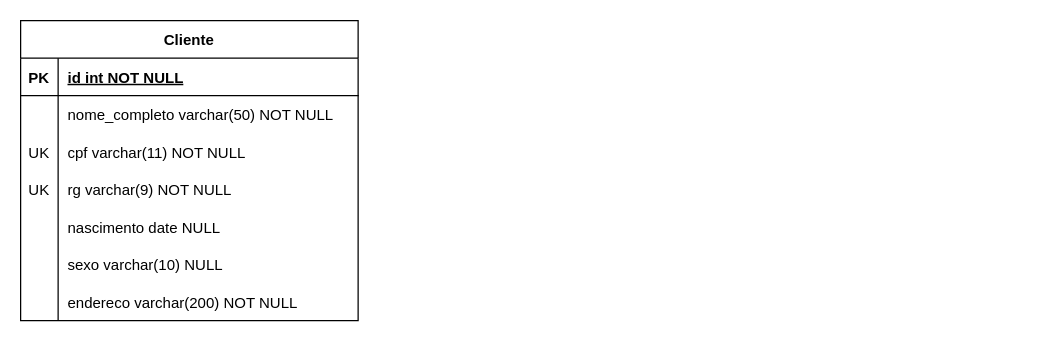
Before: page "V2" (2 of 2) of diagramas/der.drawio in Banco-De-Dados-2021/postgresql, a draw.io diagram. Source tidied: cells renumbered, new cells numbered last; positions are measured from the earlier drawing's top-left corner, leaving out a move shared by most shapes. Both pictures are drawn from the tidied source at 125%, with x=0, y=0 at pixel (20, 20).
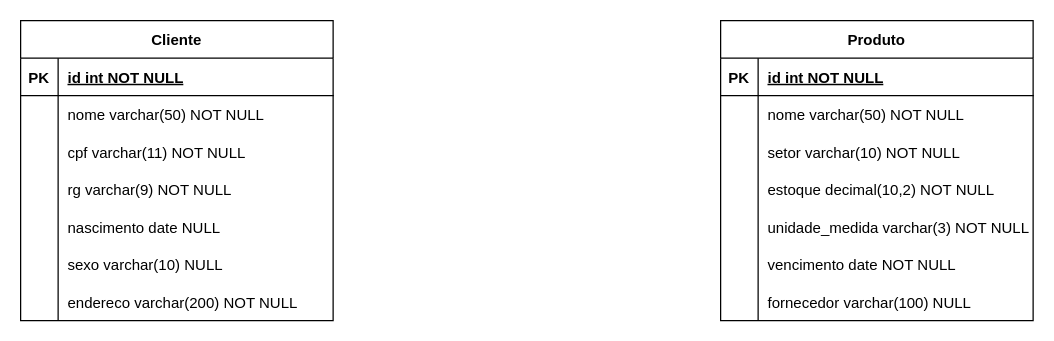
Above is the later version.

What changed in the source:
```diff
@@
-    <mxCell id="0" />
-    <mxCell id="1" parent="0" />
+    <mxCell id="24" />
+    <mxCell id="25" parent="24" />
-    <mxCell id="2" value="Cliente" style="shape=table;startSize=30;childLayout=tableLayout;rowLines=0;fontStyle=1;align=center;fontSize=12;" parent="1" vertex="1">
-      <mxGeometry width="270" height="240" as="geometry" />
+    <mxCell id="2" value="Cliente" style="shape=table;startSize=30;childLayout=tableLayout;rowLines=0;fontStyle=1;align=center;fontSize=12;" parent="25" vertex="1">
+      <mxGeometry width="250" height="240" as="geometry" />
     </mxCell>
-    <mxCell id="3" style="shape=partialRectangle;fillColor=none;top=0;left=0;right=0;bottom=1;fontSize=12;" parent="2" vertex="1">
-      <mxGeometry y="30" width="270" height="30" as="geometry" />
-    </mxCell>
-    <mxCell id="4" value="PK" style="shape=partialRectangle;overflow=hidden;fillColor=none;top=0;left=0;bottom=0;right=0;fontStyle=1;fontSize=12;" parent="3" vertex="1">
-      <mxGeometry width="30" height="30" as="geometry" />
-    </mxCell>
-    <mxCell id="5" value="id int NOT NULL " style="shape=partialRectangle;overflow=hidden;fillColor=none;top=0;left=0;bottom=0;right=0;align=left;spacingLeft=6;fontStyle=5;fontSize=12;" parent="3" vertex="1">
-      <mxGeometry x="30" width="240" height="30" as="geometry" />
-    </mxCell>
-    <mxCell id="6" style="shape=partialRectangle;fillColor=none;top=0;left=0;right=0;bottom=0;fontSize=12;" parent="2" vertex="1">
-      <mxGeometry y="60" width="270" height="30" as="geometry" />
-    </mxCell>
-    <mxCell id="7" style="shape=partialRectangle;overflow=hidden;fillColor=none;top=0;left=0;bottom=0;right=0;fontSize=12;" parent="6" vertex="1">
-      <mxGeometry width="30" height="30" as="geometry" />
-    </mxCell>
-    <mxCell id="8" value="nome_completo varchar(50) NOT NULL" style="shape=partialRectangle;overflow=hidden;fillColor=none;top=0;left=0;bottom=0;right=0;align=left;spacingLeft=6;fontSize=12;" parent="6" vertex="1">
-      <mxGeometry x="30" width="240" height="30" as="geometry" />
-    </mxCell>
-    <mxCell id="9" style="shape=partialRectangle;fillColor=none;top=0;left=0;right=0;bottom=0;fontSize=12;" parent="2" vertex="1">
-      <mxGeometry y="90" width="270" height="30" as="geometry" />
-    </mxCell>
-    <mxCell id="10" value="UK" style="shape=partialRectangle;overflow=hidden;fillColor=none;top=0;left=0;bottom=0;right=0;fontSize=12;" parent="9" vertex="1">
-      <mxGeometry width="30" height="30" as="geometry" />
-    </mxCell>
+    <mxCell id="26" style="shape=partialRectangle;fillColor=none;top=0;left=0;right=0;bottom=1;fontSize=12;" parent="2" vertex="1">
+      <mxGeometry y="30" width="250" height="30" as="geometry" />
+    </mxCell>
+    <mxCell id="27" value="PK" style="shape=partialRectangle;overflow=hidden;fillColor=none;top=0;left=0;bottom=0;right=0;fontStyle=1;fontSize=12;" parent="26" vertex="1">
+      <mxGeometry width="30" height="30" as="geometry" />
+    </mxCell>
+    <mxCell id="28" value="id int NOT NULL " style="shape=partialRectangle;overflow=hidden;fillColor=none;top=0;left=0;bottom=0;right=0;align=left;spacingLeft=6;fontStyle=5;fontSize=12;" parent="26" vertex="1">
+      <mxGeometry x="30" width="220" height="30" as="geometry" />
+    </mxCell>
+    <mxCell id="29" style="shape=partialRectangle;fillColor=none;top=0;left=0;right=0;bottom=0;fontSize=12;" parent="2" vertex="1">
+      <mxGeometry y="60" width="250" height="30" as="geometry" />
+    </mxCell>
+    <mxCell id="30" style="shape=partialRectangle;overflow=hidden;fillColor=none;top=0;left=0;bottom=0;right=0;fontSize=12;" parent="29" vertex="1">
+      <mxGeometry width="30" height="30" as="geometry" />
+    </mxCell>
+    <mxCell id="31" value="nome varchar(50) NOT NULL" style="shape=partialRectangle;overflow=hidden;fillColor=none;top=0;left=0;bottom=0;right=0;align=left;spacingLeft=6;fontSize=12;" parent="29" vertex="1">
+      <mxGeometry x="30" width="220" height="30" as="geometry" />
+    </mxCell>
+    <mxCell id="32" style="shape=partialRectangle;fillColor=none;top=0;left=0;right=0;bottom=0;fontSize=12;" parent="2" vertex="1">
+      <mxGeometry y="90" width="250" height="30" as="geometry" />
+    </mxCell>
+    <mxCell id="33" style="shape=partialRectangle;overflow=hidden;fillColor=none;top=0;left=0;bottom=0;right=0;fontSize=12;" parent="32" vertex="1">
+      <mxGeometry width="30" height="30" as="geometry" />
+    </mxCell>
-    <mxCell id="11" value="cpf varchar(11) NOT NULL" style="shape=partialRectangle;overflow=hidden;fillColor=none;top=0;left=0;bottom=0;right=0;align=left;spacingLeft=6;fontSize=12;" parent="9" vertex="1">
-      <mxGeometry x="30" width="240" height="30" as="geometry" />
+    <mxCell id="11" value="cpf varchar(11) NOT NULL" style="shape=partialRectangle;overflow=hidden;fillColor=none;top=0;left=0;bottom=0;right=0;align=left;spacingLeft=6;fontSize=12;" parent="32" vertex="1">
+      <mxGeometry x="30" width="220" height="30" as="geometry" />
     </mxCell>
-    <mxCell id="12" style="shape=partialRectangle;fillColor=none;top=0;left=0;right=0;bottom=0;fontSize=12;" parent="2" vertex="1">
-      <mxGeometry y="120" width="270" height="30" as="geometry" />
-    </mxCell>
-    <mxCell id="13" value="UK" style="shape=partialRectangle;overflow=hidden;fillColor=none;top=0;left=0;bottom=0;right=0;fontSize=12;" parent="12" vertex="1">
-      <mxGeometry width="30" height="30" as="geometry" />
-    </mxCell>
+    <mxCell id="34" style="shape=partialRectangle;fillColor=none;top=0;left=0;right=0;bottom=0;fontSize=12;" parent="2" vertex="1">
+      <mxGeometry y="120" width="250" height="30" as="geometry" />
+    </mxCell>
+    <mxCell id="35" style="shape=partialRectangle;overflow=hidden;fillColor=none;top=0;left=0;bottom=0;right=0;fontSize=12;" parent="34" vertex="1">
+      <mxGeometry width="30" height="30" as="geometry" />
+    </mxCell>
-    <mxCell id="14" value="rg varchar(9) NOT NULL" style="shape=partialRectangle;overflow=hidden;fillColor=none;top=0;left=0;bottom=0;right=0;align=left;spacingLeft=6;fontSize=12;" parent="12" vertex="1">
-      <mxGeometry x="30" width="240" height="30" as="geometry" />
+    <mxCell id="14" value="rg varchar(9) NOT NULL" style="shape=partialRectangle;overflow=hidden;fillColor=none;top=0;left=0;bottom=0;right=0;align=left;spacingLeft=6;fontSize=12;" parent="34" vertex="1">
+      <mxGeometry x="30" width="220" height="30" as="geometry" />
     </mxCell>
-    <mxCell id="15" style="shape=partialRectangle;fillColor=none;top=0;left=0;right=0;bottom=0;fontSize=12;" parent="2" vertex="1">
-      <mxGeometry y="150" width="270" height="30" as="geometry" />
-    </mxCell>
-    <mxCell id="16" style="shape=partialRectangle;overflow=hidden;fillColor=none;top=0;left=0;bottom=0;right=0;fontSize=12;" parent="15" vertex="1">
-      <mxGeometry width="30" height="30" as="geometry" />
-    </mxCell>
+    <mxCell id="36" style="shape=partialRectangle;fillColor=none;top=0;left=0;right=0;bottom=0;fontSize=12;" parent="2" vertex="1">
+      <mxGeometry y="150" width="250" height="30" as="geometry" />
+    </mxCell>
+    <mxCell id="37" style="shape=partialRectangle;overflow=hidden;fillColor=none;top=0;left=0;bottom=0;right=0;fontSize=12;" parent="36" vertex="1">
+      <mxGeometry width="30" height="30" as="geometry" />
+    </mxCell>
-    <mxCell id="17" value="nascimento date NULL" style="shape=partialRectangle;overflow=hidden;fillColor=none;top=0;left=0;bottom=0;right=0;align=left;spacingLeft=6;fontSize=12;" parent="15" vertex="1">
-      <mxGeometry x="30" width="240" height="30" as="geometry" />
+    <mxCell id="17" value="nascimento date NULL" style="shape=partialRectangle;overflow=hidden;fillColor=none;top=0;left=0;bottom=0;right=0;align=left;spacingLeft=6;fontSize=12;" parent="36" vertex="1">
+      <mxGeometry x="30" width="220" height="30" as="geometry" />
     </mxCell>
-    <mxCell id="18" style="shape=partialRectangle;fillColor=none;top=0;left=0;right=0;bottom=0;fontSize=12;" parent="2" vertex="1">
-      <mxGeometry y="180" width="270" height="30" as="geometry" />
-    </mxCell>
-    <mxCell id="19" style="shape=partialRectangle;overflow=hidden;fillColor=none;top=0;left=0;bottom=0;right=0;fontSize=12;" parent="18" vertex="1">
-      <mxGeometry width="30" height="30" as="geometry" />
-    </mxCell>
+    <mxCell id="38" style="shape=partialRectangle;fillColor=none;top=0;left=0;right=0;bottom=0;fontSize=12;" parent="2" vertex="1">
+      <mxGeometry y="180" width="250" height="30" as="geometry" />
+    </mxCell>
+    <mxCell id="39" style="shape=partialRectangle;overflow=hidden;fillColor=none;top=0;left=0;bottom=0;right=0;fontSize=12;" parent="38" vertex="1">
+      <mxGeometry width="30" height="30" as="geometry" />
+    </mxCell>
-    <mxCell id="20" value="sexo varchar(10) NULL" style="shape=partialRectangle;overflow=hidden;fillColor=none;top=0;left=0;bottom=0;right=0;align=left;spacingLeft=6;fontSize=12;" parent="18" vertex="1">
-      <mxGeometry x="30" width="240" height="30" as="geometry" />
+    <mxCell id="20" value="sexo varchar(10) NULL" style="shape=partialRectangle;overflow=hidden;fillColor=none;top=0;left=0;bottom=0;right=0;align=left;spacingLeft=6;fontSize=12;" parent="38" vertex="1">
+      <mxGeometry x="30" width="220" height="30" as="geometry" />
     </mxCell>
-    <mxCell id="21" style="shape=partialRectangle;fillColor=none;top=0;left=0;right=0;bottom=0;fontSize=12;" parent="2" vertex="1">
-      <mxGeometry y="210" width="270" height="30" as="geometry" />
-    </mxCell>
-    <mxCell id="22" style="shape=partialRectangle;overflow=hidden;fillColor=none;top=0;left=0;bottom=0;right=0;fontSize=12;" parent="21" vertex="1">
-      <mxGeometry width="30" height="30" as="geometry" />
-    </mxCell>
+    <mxCell id="40" style="shape=partialRectangle;fillColor=none;top=0;left=0;right=0;bottom=0;fontSize=12;" parent="2" vertex="1">
+      <mxGeometry y="210" width="250" height="30" as="geometry" />
+    </mxCell>
+    <mxCell id="41" style="shape=partialRectangle;overflow=hidden;fillColor=none;top=0;left=0;bottom=0;right=0;fontSize=12;" parent="40" vertex="1">
+      <mxGeometry width="30" height="30" as="geometry" />
+    </mxCell>
-    <mxCell id="23" value="endereco varchar(200) NOT NULL" style="shape=partialRectangle;overflow=hidden;fillColor=none;top=0;left=0;bottom=0;right=0;align=left;spacingLeft=6;fontSize=12;" parent="21" vertex="1">
-      <mxGeometry x="30" width="240" height="30" as="geometry" />
+    <mxCell id="23" value="endereco varchar(200) NOT NULL" style="shape=partialRectangle;overflow=hidden;fillColor=none;top=0;left=0;bottom=0;right=0;align=left;spacingLeft=6;fontSize=12;" parent="40" vertex="1">
+      <mxGeometry x="30" width="220" height="30" as="geometry" />
     </mxCell>
+    <mxCell id="42" value="Produto" style="shape=table;startSize=30;childLayout=tableLayout;rowLines=0;fontStyle=1;align=center;fontSize=12;" parent="25" vertex="1">
+      <mxGeometry x="560" width="250" height="240" as="geometry" />
+    </mxCell>
+    <mxCell id="43" style="shape=partialRectangle;fillColor=none;top=0;left=0;right=0;bottom=1;fontSize=12;" parent="42" vertex="1">
+      <mxGeometry y="30" width="250" height="30" as="geometry" />
+    </mxCell>
+    <mxCell id="44" value="PK" style="shape=partialRectangle;overflow=hidden;fillColor=none;top=0;left=0;bottom=0;right=0;fontStyle=1;fontSize=12;" parent="43" vertex="1">
+      <mxGeometry width="30" height="30" as="geometry" />
+    </mxCell>
+    <mxCell id="45" value="id int NOT NULL " style="shape=partialRectangle;overflow=hidden;fillColor=none;top=0;left=0;bottom=0;right=0;align=left;spacingLeft=6;fontStyle=5;fontSize=12;" parent="43" vertex="1">
+      <mxGeometry x="30" width="220" height="30" as="geometry" />
+    </mxCell>
+    <mxCell id="46" style="shape=partialRectangle;fillColor=none;top=0;left=0;right=0;bottom=0;fontSize=12;" parent="42" vertex="1">
+      <mxGeometry y="60" width="250" height="30" as="geometry" />
+    </mxCell>
+    <mxCell id="47" style="shape=partialRectangle;overflow=hidden;fillColor=none;top=0;left=0;bottom=0;right=0;fontSize=12;" parent="46" vertex="1">
+      <mxGeometry width="30" height="30" as="geometry" />
+    </mxCell>
+    <mxCell id="48" value="nome varchar(50) NOT NULL" style="shape=partialRectangle;overflow=hidden;fillColor=none;top=0;left=0;bottom=0;right=0;align=left;spacingLeft=6;fontSize=12;" parent="46" vertex="1">
+      <mxGeometry x="30" width="220" height="30" as="geometry" />
+    </mxCell>
+    <mxCell id="49" style="shape=partialRectangle;fillColor=none;top=0;left=0;right=0;bottom=0;fontSize=12;" parent="42" vertex="1">
+      <mxGeometry y="90" width="250" height="30" as="geometry" />
+    </mxCell>
+    <mxCell id="50" style="shape=partialRectangle;overflow=hidden;fillColor=none;top=0;left=0;bottom=0;right=0;fontSize=12;" parent="49" vertex="1">
+      <mxGeometry width="30" height="30" as="geometry" />
+    </mxCell>
+    <mxCell id="51" value="setor varchar(10) NOT NULL" style="shape=partialRectangle;overflow=hidden;fillColor=none;top=0;left=0;bottom=0;right=0;align=left;spacingLeft=6;fontSize=12;" parent="49" vertex="1">
+      <mxGeometry x="30" width="220" height="30" as="geometry" />
+    </mxCell>
+    <mxCell id="52" style="shape=partialRectangle;fillColor=none;top=0;left=0;right=0;bottom=0;fontSize=12;" parent="42" vertex="1">
+      <mxGeometry y="120" width="250" height="30" as="geometry" />
+    </mxCell>
+    <mxCell id="53" style="shape=partialRectangle;overflow=hidden;fillColor=none;top=0;left=0;bottom=0;right=0;fontSize=12;" parent="52" vertex="1">
+      <mxGeometry width="30" height="30" as="geometry" />
+    </mxCell>
+    <mxCell id="54" value="estoque decimal(10,2) NOT NULL" style="shape=partialRectangle;overflow=hidden;fillColor=none;top=0;left=0;bottom=0;right=0;align=left;spacingLeft=6;fontSize=12;" parent="52" vertex="1">
+      <mxGeometry x="30" width="220" height="30" as="geometry" />
+    </mxCell>
+    <mxCell id="55" style="shape=partialRectangle;fillColor=none;top=0;left=0;right=0;bottom=0;fontSize=12;" parent="42" vertex="1">
+      <mxGeometry y="150" width="250" height="30" as="geometry" />
+    </mxCell>
+    <mxCell id="56" style="shape=partialRectangle;overflow=hidden;fillColor=none;top=0;left=0;bottom=0;right=0;fontSize=12;" parent="55" vertex="1">
+      <mxGeometry width="30" height="30" as="geometry" />
+    </mxCell>
+    <mxCell id="57" value="unidade_medida varchar(3) NOT NULL" style="shape=partialRectangle;overflow=hidden;fillColor=none;top=0;left=0;bottom=0;right=0;align=left;spacingLeft=6;fontSize=12;" parent="55" vertex="1">
+      <mxGeometry x="30" width="220" height="30" as="geometry" />
+    </mxCell>
+    <mxCell id="58" style="shape=partialRectangle;fillColor=none;top=0;left=0;right=0;bottom=0;fontSize=12;" parent="42" vertex="1">
+      <mxGeometry y="180" width="250" height="30" as="geometry" />
+    </mxCell>
+    <mxCell id="59" style="shape=partialRectangle;overflow=hidden;fillColor=none;top=0;left=0;bottom=0;right=0;fontSize=12;" parent="58" vertex="1">
+      <mxGeometry width="30" height="30" as="geometry" />
+    </mxCell>
+    <mxCell id="60" value="vencimento date NOT NULL" style="shape=partialRectangle;overflow=hidden;fillColor=none;top=0;left=0;bottom=0;right=0;align=left;spacingLeft=6;fontSize=12;" parent="58" vertex="1">
+      <mxGeometry x="30" width="220" height="30" as="geometry" />
+    </mxCell>
+    <mxCell id="61" style="shape=partialRectangle;fillColor=none;top=0;left=0;right=0;bottom=0;fontSize=12;" parent="42" vertex="1">
+      <mxGeometry y="210" width="250" height="30" as="geometry" />
+    </mxCell>
+    <mxCell id="62" style="shape=partialRectangle;overflow=hidden;fillColor=none;top=0;left=0;bottom=0;right=0;fontSize=12;" parent="61" vertex="1">
+      <mxGeometry width="30" height="30" as="geometry" />
+    </mxCell>
+    <mxCell id="63" value="fornecedor varchar(100) NULL" style="shape=partialRectangle;overflow=hidden;fillColor=none;top=0;left=0;bottom=0;right=0;align=left;spacingLeft=6;fontSize=12;" parent="61" vertex="1">
+      <mxGeometry x="30" width="220" height="30" as="geometry" />
+    </mxCell>
```
